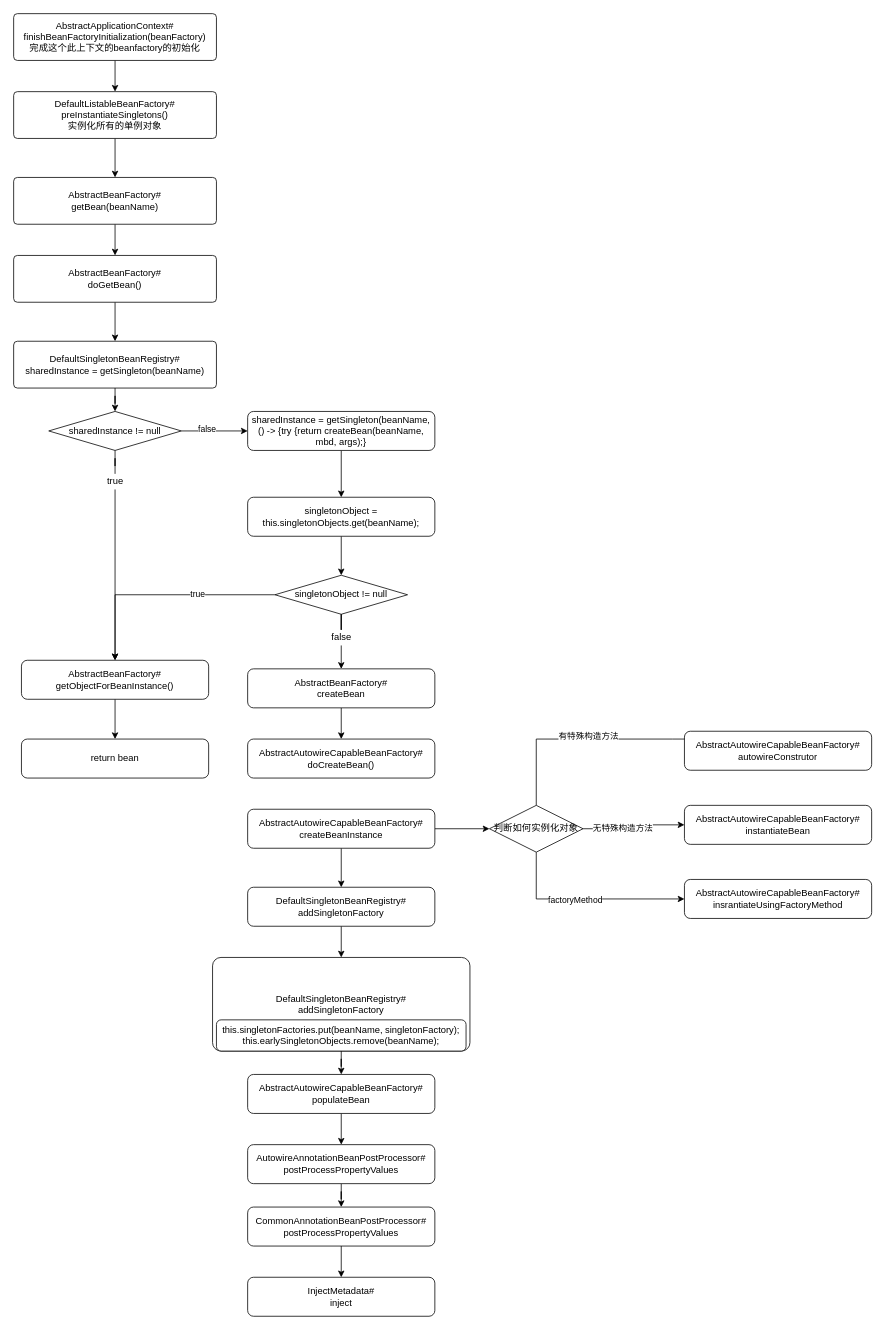
Above: spring初始化bean流程.drawio in Joelovealonge/note (draw.io), before the change. Source tidied: cells renumbered, new cells numbered last; positions are measured from the earlier drawing's top-left corner, leaving out a move shared by most shapes. Both pictures are drawn from the tidied source at 78%, with x=0, y=0 at pixel (13, 13).
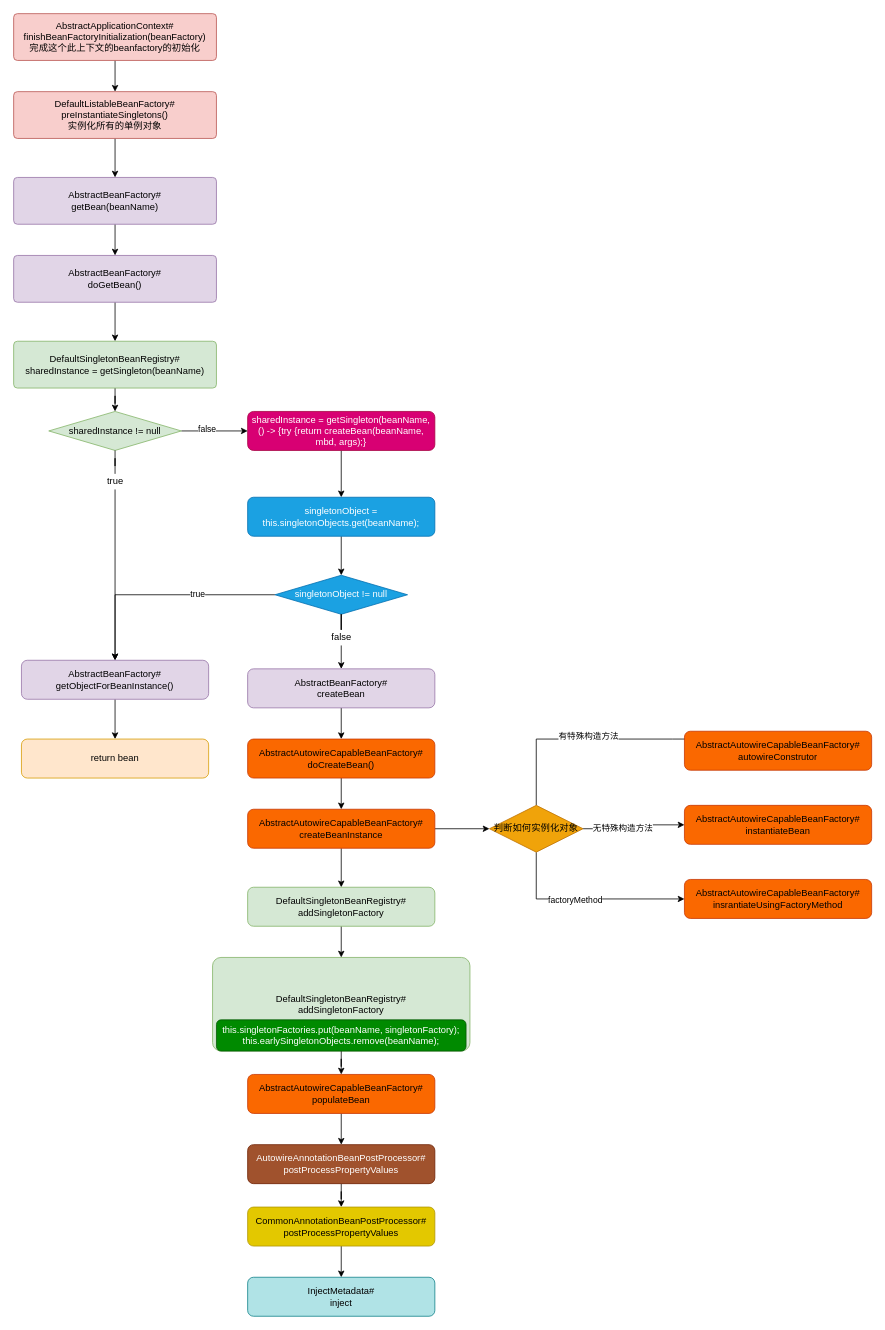
After the change.

Commit message:
更新spring初始化bean流程.drawio

The edit, as a diff of the source:
```diff
@@
-<mxGraphModel>
+<mxGraphModel background="#ffffff">
@@
-    <mxCell id="3" value="AbstractApplicationContext#&lt;br&gt;finishBeanFactoryInitialization(beanFactory)&lt;br&gt;完成这个此上下文的beanfactory的初始化" style="rounded=1;whiteSpace=wrap;html=1;arcSize=8;" parent="1" vertex="1">
+    <mxCell id="3" value="AbstractApplicationContext#&lt;br&gt;finishBeanFactoryInitialization(beanFactory)&lt;br&gt;完成这个此上下文的beanfactory的初始化" style="rounded=1;whiteSpace=wrap;html=1;arcSize=8;fillColor=#f8cecc;strokeColor=#b85450;" parent="1" vertex="1">
       <mxGeometry width="260" height="60" as="geometry" />
     </mxCell>
@@
-    <mxCell id="5" value="sharedInstance = getSingleton(beanName, () -&amp;gt; {try {return createBean(beanName, mbd, args);}" style="rounded=1;whiteSpace=wrap;html=1;" parent="1" vertex="1">
+    <mxCell id="5" value="sharedInstance = getSingleton(beanName, () -&amp;gt; {try {return createBean(beanName, mbd, args);}" style="rounded=1;whiteSpace=wrap;html=1;fillColor=#d80073;strokeColor=#A50040;fontColor=#ffffff;" parent="1" vertex="1">
       <mxGeometry x="300" y="510" width="240" height="50" as="geometry" />
     </mxCell>
@@
-    <mxCell id="7" value="DefaultListableBeanFactory#&lt;br&gt;preInstantiateSingletons()&lt;br&gt;实例化所有的单例对象" style="rounded=1;whiteSpace=wrap;html=1;arcSize=8;" parent="1" vertex="1">
+    <mxCell id="7" value="DefaultListableBeanFactory#&lt;br&gt;preInstantiateSingletons()&lt;br&gt;实例化所有的单例对象" style="rounded=1;whiteSpace=wrap;html=1;arcSize=8;fillColor=#f8cecc;strokeColor=#b85450;" parent="1" vertex="1">
       <mxGeometry y="100" width="260" height="60" as="geometry" />
     </mxCell>
@@
-    <mxCell id="9" value="AbstractBeanFactory#&lt;br&gt;getBean(beanName)&lt;br&gt;" style="rounded=1;whiteSpace=wrap;html=1;arcSize=8;" parent="1" vertex="1">
+    <mxCell id="9" value="AbstractBeanFactory#&lt;br&gt;getBean(beanName)&lt;br&gt;" style="rounded=1;whiteSpace=wrap;html=1;arcSize=8;fillColor=#e1d5e7;strokeColor=#9673a6;" parent="1" vertex="1">
       <mxGeometry y="210" width="260" height="60" as="geometry" />
     </mxCell>
@@
-    <mxCell id="11" value="AbstractBeanFactory#&lt;br&gt;doGetBean()" style="rounded=1;whiteSpace=wrap;html=1;arcSize=8;" parent="1" vertex="1">
+    <mxCell id="11" value="AbstractBeanFactory#&lt;br&gt;doGetBean()" style="rounded=1;whiteSpace=wrap;html=1;arcSize=8;fillColor=#e1d5e7;strokeColor=#9673a6;" parent="1" vertex="1">
       <mxGeometry y="310" width="260" height="60" as="geometry" />
     </mxCell>
@@
-    <mxCell id="13" value="DefaultSingletonBeanRegistry#&lt;br&gt;sharedInstance = getSingleton(beanName)" style="rounded=1;whiteSpace=wrap;html=1;arcSize=8;" parent="1" vertex="1">
+    <mxCell id="13" value="DefaultSingletonBeanRegistry#&lt;br&gt;sharedInstance = getSingleton(beanName)" style="rounded=1;whiteSpace=wrap;html=1;arcSize=8;fillColor=#d5e8d4;strokeColor=#82b366;" parent="1" vertex="1">
       <mxGeometry y="420" width="260" height="60" as="geometry" />
     </mxCell>
@@
-    <mxCell id="17" value="&lt;span&gt;sharedInstance != null&lt;/span&gt;" style="rhombus;whiteSpace=wrap;html=1;" parent="1" vertex="1">
+    <mxCell id="17" value="&lt;span&gt;sharedInstance != null&lt;/span&gt;" style="rhombus;whiteSpace=wrap;html=1;fillColor=#d5e8d4;strokeColor=#82b366;" parent="1" vertex="1">
       <mxGeometry x="45" y="510" width="170" height="50" as="geometry" />
     </mxCell>
@@
-    <mxCell id="19" value="singletonObject = this.singletonObjects.get(beanName);" style="rounded=1;whiteSpace=wrap;html=1;" parent="1" vertex="1">
+    <mxCell id="19" value="singletonObject = this.singletonObjects.get(beanName);" style="rounded=1;whiteSpace=wrap;html=1;fillColor=#1ba1e2;strokeColor=#006EAF;fontColor=#ffffff;" parent="1" vertex="1">
       <mxGeometry x="300" y="620" width="240" height="50" as="geometry" />
     </mxCell>
@@
-    <mxCell id="23" value="singletonObject !&lt;span&gt;= null&lt;/span&gt;" style="rhombus;whiteSpace=wrap;html=1;" parent="1" vertex="1">
+    <mxCell id="23" value="singletonObject !&lt;span&gt;= null&lt;/span&gt;" style="rhombus;whiteSpace=wrap;html=1;fillColor=#1ba1e2;strokeColor=#006EAF;fontColor=#ffffff;" parent="1" vertex="1">
       <mxGeometry x="335" y="720" width="170" height="50" as="geometry" />
     </mxCell>
@@
-    <mxCell id="25" value="AbstractBeanFactory#&lt;br&gt;createBean" style="rounded=1;whiteSpace=wrap;html=1;" parent="1" vertex="1">
+    <mxCell id="25" value="AbstractBeanFactory#&lt;br&gt;createBean" style="rounded=1;whiteSpace=wrap;html=1;fillColor=#e1d5e7;strokeColor=#9673a6;" parent="1" vertex="1">
       <mxGeometry x="300" y="840" width="240" height="50" as="geometry" />
     </mxCell>
+    <mxCell id="59" style="edgeStyle=orthogonalEdgeStyle;rounded=0;jettySize=auto;html=1;" parent="1" edge="1" source="26" target="36">
+      <mxGeometry relative="1" as="geometry" />
+    </mxCell>
-    <mxCell id="26" value="AbstractAutowireCapableBeanFactory#&lt;br&gt;doCreateBean()" style="rounded=1;whiteSpace=wrap;html=1;" parent="1" vertex="1">
+    <mxCell id="26" value="AbstractAutowireCapableBeanFactory#&lt;br&gt;doCreateBean()" style="rounded=1;whiteSpace=wrap;html=1;fillColor=#fa6800;strokeColor=#C73500;fontColor=#000000;" parent="1" vertex="1">
       <mxGeometry x="300" y="930" width="240" height="50" as="geometry" />
     </mxCell>
@@
-    <mxCell id="28" value="AbstractBeanFactory#&lt;br&gt;getObjectForBeanInstance()" style="rounded=1;whiteSpace=wrap;html=1;" parent="1" vertex="1">
+    <mxCell id="28" value="AbstractBeanFactory#&lt;br&gt;getObjectForBeanInstance()" style="rounded=1;whiteSpace=wrap;html=1;fillColor=#e1d5e7;strokeColor=#9673a6;" parent="1" vertex="1">
       <mxGeometry x="10" y="829" width="240" height="50" as="geometry" />
     </mxCell>
-    <mxCell id="29" value="return bean" style="rounded=1;whiteSpace=wrap;html=1;" parent="1" vertex="1">
+    <mxCell id="29" value="return bean" style="rounded=1;whiteSpace=wrap;html=1;fillColor=#ffe6cc;strokeColor=#d79b00;" parent="1" vertex="1">
       <mxGeometry x="10" y="930" width="240" height="50" as="geometry" />
     </mxCell>
@@
-    <mxCell id="36" value="AbstractAutowireCapableBeanFactory#&lt;br&gt;createBeanInstance" style="rounded=1;whiteSpace=wrap;html=1;" parent="1" vertex="1">
+    <mxCell id="36" value="AbstractAutowireCapableBeanFactory#&lt;br&gt;createBeanInstance" style="rounded=1;whiteSpace=wrap;html=1;fillColor=#fa6800;strokeColor=#C73500;fontColor=#000000;" parent="1" vertex="1">
       <mxGeometry x="300" y="1020" width="240" height="50" as="geometry" />
     </mxCell>
@@
-    <mxCell id="38" value="DefaultSingletonBeanRegistry#&lt;br&gt;addSingletonFactory" style="rounded=1;whiteSpace=wrap;html=1;" parent="1" vertex="1">
+    <mxCell id="38" value="DefaultSingletonBeanRegistry#&lt;br&gt;addSingletonFactory" style="rounded=1;whiteSpace=wrap;html=1;fillColor=#d5e8d4;strokeColor=#82b366;" parent="1" vertex="1">
       <mxGeometry x="300" y="1120" width="240" height="50" as="geometry" />
     </mxCell>
-    <mxCell id="39" value="&lt;div&gt;&lt;div&gt;&lt;span&gt;DefaultSingletonBeanRegistry#&lt;/span&gt;&lt;/div&gt;&lt;span&gt;&lt;div&gt;&lt;span&gt;addSingletonFactory&lt;/span&gt;&lt;/div&gt;&lt;/span&gt;&lt;/div&gt;" style="rounded=1;whiteSpace=wrap;html=1;align=center;arcSize=9;" parent="1" vertex="1">
+    <mxCell id="39" value="&lt;div&gt;&lt;div&gt;&lt;span&gt;DefaultSingletonBeanRegistry#&lt;/span&gt;&lt;/div&gt;&lt;span&gt;&lt;div&gt;&lt;span&gt;addSingletonFactory&lt;/span&gt;&lt;/div&gt;&lt;/span&gt;&lt;/div&gt;" style="rounded=1;whiteSpace=wrap;html=1;align=center;arcSize=9;fillColor=#d5e8d4;strokeColor=#82b366;" parent="1" vertex="1">
       <mxGeometry x="255" y="1210" width="330" height="120" as="geometry" />
     </mxCell>
@@
-    <mxCell id="41" value="&lt;div&gt;this.singletonFactories.put(beanName, singletonFactory);&lt;/div&gt;&lt;div&gt;this.earlySingletonObjects.remove(beanName);&lt;/div&gt;" style="rounded=1;whiteSpace=wrap;html=1;" parent="1" vertex="1">
+    <mxCell id="41" value="&lt;div&gt;this.singletonFactories.put(beanName, singletonFactory);&lt;/div&gt;&lt;div&gt;this.earlySingletonObjects.remove(beanName);&lt;/div&gt;" style="rounded=1;whiteSpace=wrap;html=1;fillColor=#008a00;strokeColor=#005700;fontColor=#ffffff;" parent="1" vertex="1">
       <mxGeometry x="260" y="1290" width="320" height="40" as="geometry" />
     </mxCell>
@@
-    <mxCell id="43" value="AbstractAutowireCapableBeanFactory#&lt;br&gt;populateBean" style="rounded=1;whiteSpace=wrap;html=1;" parent="1" vertex="1">
+    <mxCell id="43" value="AbstractAutowireCapableBeanFactory#&lt;br&gt;populateBean" style="rounded=1;whiteSpace=wrap;html=1;fillColor=#fa6800;strokeColor=#C73500;fontColor=#000000;" parent="1" vertex="1">
       <mxGeometry x="300" y="1360" width="240" height="50" as="geometry" />
     </mxCell>
@@
-    <mxCell id="45" value="AutowireAnnotationBeanPostProcessor#&lt;br&gt;postProcessPropertyValues" style="rounded=1;whiteSpace=wrap;html=1;" parent="1" vertex="1">
+    <mxCell id="45" value="AutowireAnnotationBeanPostProcessor#&lt;br&gt;postProcessPropertyValues" style="rounded=1;whiteSpace=wrap;html=1;fillColor=#a0522d;strokeColor=#6D1F00;fontColor=#ffffff;" parent="1" vertex="1">
       <mxGeometry x="300" y="1450" width="240" height="50" as="geometry" />
     </mxCell>
@@
-    <mxCell id="47" value="CommonAnnotationBeanPostProcessor#&lt;br&gt;postProcessPropertyValues" style="rounded=1;whiteSpace=wrap;html=1;" parent="1" vertex="1">
+    <mxCell id="47" value="CommonAnnotationBeanPostProcessor#&lt;br&gt;postProcessPropertyValues" style="rounded=1;whiteSpace=wrap;html=1;fillColor=#e3c800;strokeColor=#B09500;fontColor=#000000;" parent="1" vertex="1">
       <mxGeometry x="300" y="1530" width="240" height="50" as="geometry" />
     </mxCell>
-    <mxCell id="48" value="InjectMetadata#&lt;br&gt;inject" style="rounded=1;whiteSpace=wrap;html=1;" parent="1" vertex="1">
+    <mxCell id="48" value="InjectMetadata#&lt;br&gt;inject" style="rounded=1;whiteSpace=wrap;html=1;fillColor=#b0e3e6;strokeColor=#0e8088;" parent="1" vertex="1">
       <mxGeometry x="300" y="1620" width="240" height="50" as="geometry" />
     </mxCell>
@@
-    <mxCell id="55" value="判断如何实例化对象" style="rhombus;whiteSpace=wrap;html=1;" parent="1" vertex="1">
+    <mxCell id="55" value="判断如何实例化对象" style="rhombus;whiteSpace=wrap;html=1;fillColor=#f0a30a;strokeColor=#BD7000;fontColor=#000000;" parent="1" vertex="1">
       <mxGeometry x="610" y="1015" width="120" height="60" as="geometry" />
     </mxCell>
-    <mxCell id="56" value="AbstractAutowireCapableBeanFactory#&lt;br&gt;autowireConstrutor" style="rounded=1;whiteSpace=wrap;html=1;" parent="1" vertex="1">
+    <mxCell id="56" value="AbstractAutowireCapableBeanFactory#&lt;br&gt;autowireConstrutor" style="rounded=1;whiteSpace=wrap;html=1;fillColor=#fa6800;strokeColor=#C73500;fontColor=#000000;" parent="1" vertex="1">
       <mxGeometry x="860" y="920" width="240" height="50" as="geometry" />
     </mxCell>
-    <mxCell id="57" value="AbstractAutowireCapableBeanFactory#&lt;br&gt;insrantiateUsingFactoryMethod" style="rounded=1;whiteSpace=wrap;html=1;" parent="1" vertex="1">
+    <mxCell id="57" value="AbstractAutowireCapableBeanFactory#&lt;br&gt;insrantiateUsingFactoryMethod" style="rounded=1;whiteSpace=wrap;html=1;fillColor=#fa6800;strokeColor=#C73500;fontColor=#000000;" parent="1" vertex="1">
       <mxGeometry x="860" y="1110" width="240" height="50" as="geometry" />
     </mxCell>
-    <mxCell id="58" value="AbstractAutowireCapableBeanFactory#&lt;br&gt;instantiateBean" style="rounded=1;whiteSpace=wrap;html=1;" parent="1" vertex="1">
+    <mxCell id="58" value="AbstractAutowireCapableBeanFactory#&lt;br&gt;instantiateBean" style="rounded=1;whiteSpace=wrap;html=1;fillColor=#fa6800;strokeColor=#C73500;fontColor=#000000;" parent="1" vertex="1">
       <mxGeometry x="860" y="1015" width="240" height="50" as="geometry" />
     </mxCell>
```
